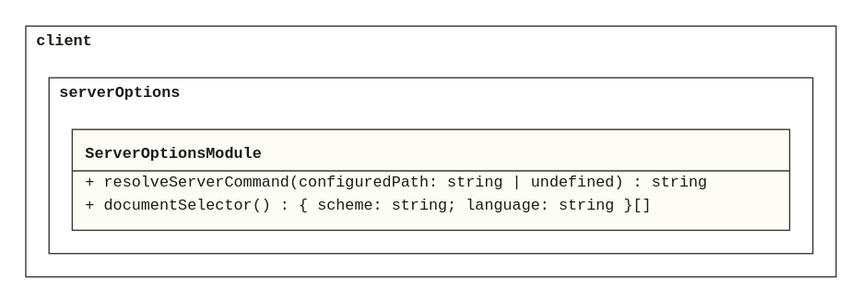
Earlier version of the PlantUML export doc/assets/CL_ServerOptions.svg (derivasoftware/plantuml-vscode). Its source is kept beside it as design/lld/client/CL_ServerOptions.puml. Source of this version:
```plantuml
@startuml CL_ServerOptions

!startsub ServerOptionsModule

namespace client.serverOptions {
  class "<<module>>" as ServerOptionsModule {
    + resolveServerCommand(configuredPath: string | undefined) : string
    + documentSelector() : { scheme: string; language: string }[]
  }
}

!endsub

@enduml
```
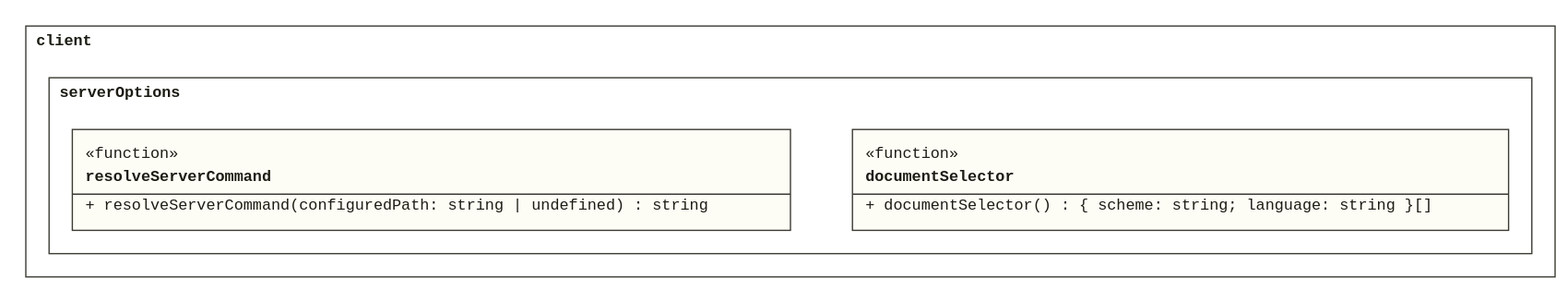
Above is the later version.

Commit message:
Model the module functions on the function axis (BOK-00139-1)

Diff of the diagram source:
```diff
@@ -3,8 +3,10 @@
 !startsub ServerOptionsModule
 
 namespace client.serverOptions {
-  class "<<module>>" as ServerOptionsModule {
+  class resolveServerCommand <<function>> {
     + resolveServerCommand(configuredPath: string | undefined) : string
+  }
+  class documentSelector <<function>> {
     + documentSelector() : { scheme: string; language: string }[]
   }
 }
```
